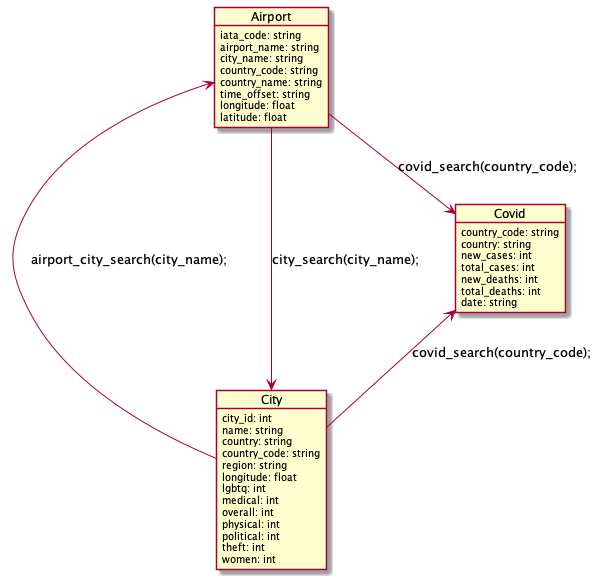
Danny-Trinh/travelwise keeps this PlantUML diagram as UML/diagram.png. Above is the earlier version.
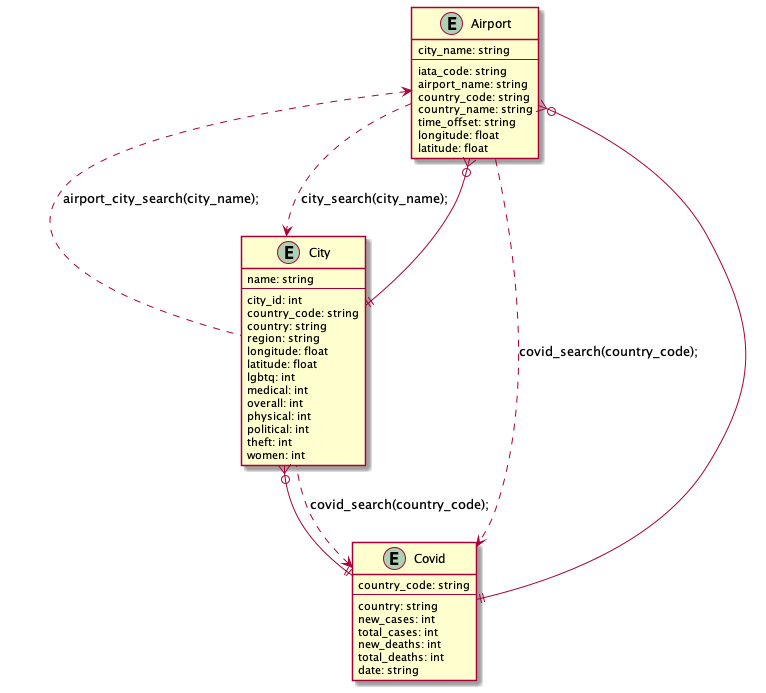
Above is the later version.

Commit message:
improved uml(?)

What changed in the source:
```diff
@@ -1,11 +1,13 @@
 @startuml
-Object City{
+Entity City{
+    name: string
+    --
     city_id: int
-    name: string
+    country_code: string
     country: string
-    country_code: string
     region: string
     longitude: float
+    latitude: float
     lgbtq: int
     medical: int
     overall: int
@@ -15,8 +17,9 @@
     women: int
 }
 
-Object Covid{
+Entity Covid{
     country_code: string
+    --
     country: string
     new_cases: int
     total_cases: int
@@ -25,10 +28,11 @@
     date: string
 }
 
-Object Airport{
+Entity Airport{
+    city_name: string
+    --
     iata_code: string
     airport_name: string
-    city_name: string
     country_code: string
     country_name: string
     time_offset: string
@@ -36,9 +40,13 @@
     latitude: float
 }
 
-Airport <-- City : airport_city_search(city_name);
-Airport --> City : city_search(city_name);
-Covid <-- City : covid_search(country_code);
-Airport --> Covid : covid_search(country_code);
+Airport <.. City : airport_city_search(city_name);
+Airport ..> City : city_search(city_name);
+Covid <.. City : covid_search(country_code);
+Airport ..> Covid : covid_search(country_code);
+
+Airport }o--|| Covid
+Airport }o--|| City
+City }o--|| Covid
 
 @enduml
```
